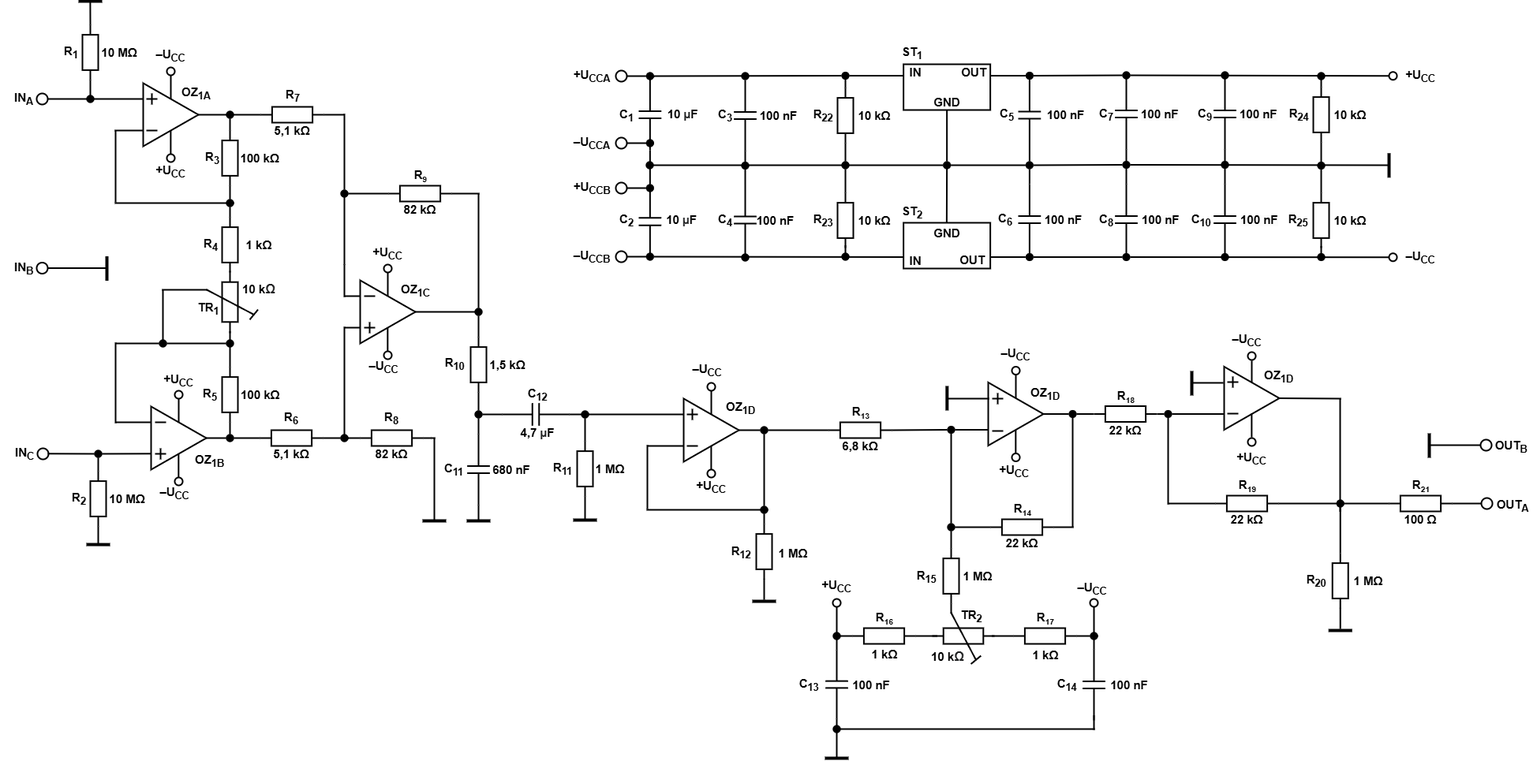
Above: ekg.drawio.png in MarosFandel/Digital-elektronics-1 (draw.io), before the change. Source tidied: cells renumbered, new cells last; positions are measured from the earlier drawing's top-left corner, leaving out a move shared by most shapes.
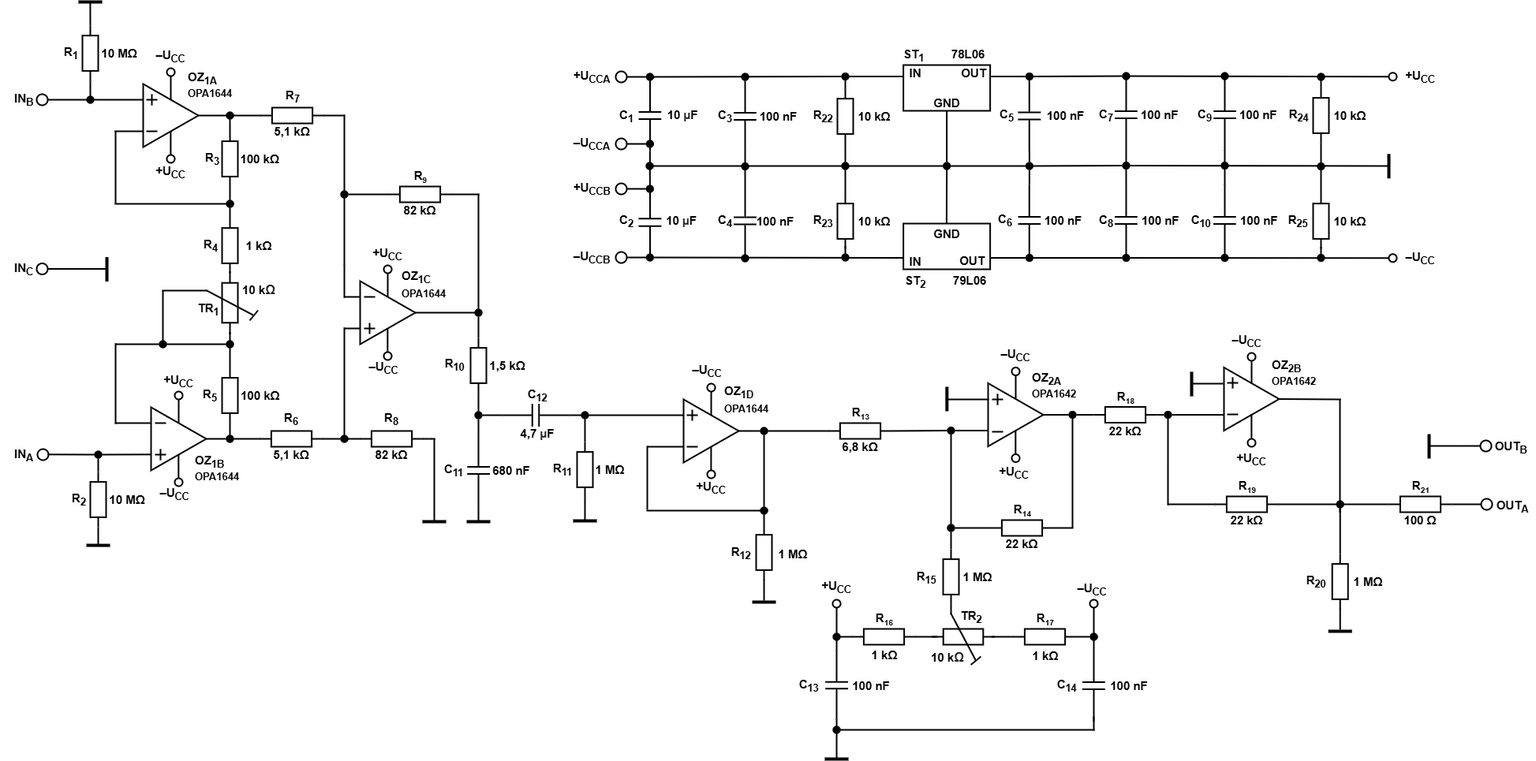
Above is the later version.

Diff of the diagram source:
```diff
@@ -458,13 +458,13 @@
       </mxGeometry>
     </mxCell>
     <mxCell id="111" value="&lt;span style=&quot;font-size: 15px;&quot;&gt;&lt;b&gt;IN&lt;sub&gt;A&lt;/sub&gt;&lt;/b&gt;&lt;/span&gt;" style="text;html=1;align=center;verticalAlign=middle;whiteSpace=wrap;rounded=0;" parent="1" vertex="1">
-      <mxGeometry y="109" width="60" height="30" as="geometry" />
+      <mxGeometry y="559.5" width="60" height="30" as="geometry" />
     </mxCell>
     <mxCell id="112" value="&lt;span style=&quot;font-size: 15px;&quot;&gt;&lt;b&gt;IN&lt;sub&gt;B&lt;/sub&gt;&lt;/b&gt;&lt;/span&gt;" style="text;html=1;align=center;verticalAlign=middle;whiteSpace=wrap;rounded=0;" parent="1" vertex="1">
-      <mxGeometry y="323.5" width="60" height="30" as="geometry" />
+      <mxGeometry y="109" width="60" height="30" as="geometry" />
     </mxCell>
     <mxCell id="113" value="&lt;span style=&quot;font-size: 15px;&quot;&gt;&lt;b&gt;IN&lt;sub&gt;C&lt;/sub&gt;&lt;/b&gt;&lt;/span&gt;" style="text;html=1;align=center;verticalAlign=middle;whiteSpace=wrap;rounded=0;" parent="1" vertex="1">
-      <mxGeometry x="1" y="559" width="60" height="30" as="geometry" />
+      <mxGeometry y="323.5" width="60" height="30" as="geometry" />
     </mxCell>
     <mxCell id="114" style="group;" parent="1" vertex="1">
       <mxGeometry x="1876" y="550" width="69" height="30" as="geometry" />
@@ -619,11 +619,11 @@
         </Array>
       </mxGeometry>
     </mxCell>
-    <mxCell id="156" value="&lt;b&gt;&lt;font style=&quot;font-size: 15px;&quot;&gt;OZ&lt;sub&gt;1A&lt;/sub&gt;&lt;/font&gt;&lt;/b&gt;" style="text;html=1;align=left;verticalAlign=middle;whiteSpace=wrap;rounded=0;" parent="1" vertex="1">
-      <mxGeometry x="228" y="102" width="60" height="30" as="geometry" />
+    <mxCell id="156" value="&lt;b&gt;&lt;font style=&quot;font-size: 15px;&quot;&gt;OZ&lt;sub&gt;1A&lt;/sub&gt;&lt;/font&gt;&lt;/b&gt;&lt;div&gt;&lt;b&gt;&lt;font style=&quot;font-size: 13px;&quot;&gt;OPA1644&lt;/font&gt;&lt;/b&gt;&lt;/div&gt;" style="text;html=1;align=left;verticalAlign=middle;whiteSpace=wrap;rounded=0;" parent="1" vertex="1">
+      <mxGeometry x="236" y="90" width="60" height="30" as="geometry" />
     </mxCell>
-    <mxCell id="157" value="&lt;b&gt;&lt;font style=&quot;font-size: 15px;&quot;&gt;OZ&lt;sub&gt;1C&lt;/sub&gt;&lt;/font&gt;&lt;/b&gt;" style="text;html=1;align=left;verticalAlign=middle;whiteSpace=wrap;rounded=0;" parent="1" vertex="1">
-      <mxGeometry x="506" y="351.5" width="60" height="30" as="geometry" />
+    <mxCell id="157" value="&lt;b&gt;&lt;font style=&quot;font-size: 15px;&quot;&gt;OZ&lt;sub&gt;1C&lt;/sub&gt;&lt;/font&gt;&lt;/b&gt;&lt;div&gt;&lt;b&gt;&lt;font style=&quot;font-size: 13px;&quot;&gt;OPA1644&lt;/font&gt;&lt;/b&gt;&lt;b&gt;&lt;font style=&quot;font-size: 15px;&quot;&gt;&lt;sub&gt;&lt;/sub&gt;&lt;/font&gt;&lt;/b&gt;&lt;/div&gt;" style="text;html=1;align=left;verticalAlign=middle;whiteSpace=wrap;rounded=0;" parent="1" vertex="1">
+      <mxGeometry x="507" y="345.5" width="60" height="30" as="geometry" />
     </mxCell>
     <mxCell id="158" style="endArrow=none;html=1;rounded=0;entryX=0.5;entryY=1;entryDx=0;entryDy=0;strokeWidth=2;exitX=0;exitY=0.5;exitDx=0;exitDy=0;exitPerimeter=0;" parent="1" edge="1" source="78" target="73">
       <mxGeometry relative="1" as="geometry" />
@@ -653,8 +653,8 @@
     <mxCell id="164" value="&lt;b&gt;&lt;font style=&quot;font-size: 15px;&quot;&gt;680 nF&lt;/font&gt;&lt;/b&gt;" style="text;html=1;align=center;verticalAlign=middle;whiteSpace=wrap;rounded=0;" parent="1" vertex="1">
       <mxGeometry x="618" y="579" width="60" height="30" as="geometry" />
     </mxCell>
-    <mxCell id="165" value="&lt;b&gt;&lt;font style=&quot;font-size: 15px;&quot;&gt;OZ&lt;sub&gt;1D&lt;/sub&gt;&lt;/font&gt;&lt;/b&gt;" style="text;html=1;align=left;verticalAlign=middle;whiteSpace=wrap;rounded=0;" parent="1" vertex="1">
-      <mxGeometry x="918" y="501" width="60" height="30" as="geometry" />
+    <mxCell id="165" value="&lt;b&gt;&lt;font style=&quot;font-size: 15px;&quot;&gt;OZ&lt;sub&gt;1D&lt;/sub&gt;&lt;/font&gt;&lt;/b&gt;&lt;div&gt;&lt;b&gt;&lt;font style=&quot;font-size: 13px;&quot;&gt;OPA1644&lt;/font&gt;&lt;/b&gt;&lt;b&gt;&lt;font style=&quot;font-size: 15px;&quot;&gt;&lt;sub&gt;&lt;/sub&gt;&lt;/font&gt;&lt;/b&gt;&lt;/div&gt;" style="text;html=1;align=left;verticalAlign=middle;whiteSpace=wrap;rounded=0;" parent="1" vertex="1">
+      <mxGeometry x="915.8" y="491" width="60" height="30" as="geometry" />
     </mxCell>
     <mxCell id="166" value="&lt;font style=&quot;font-size: 15px;&quot;&gt;&lt;b&gt;–U&lt;sub style=&quot;&quot;&gt;CC&lt;/sub&gt;&lt;/b&gt;&lt;/font&gt;" style="text;html=1;align=center;verticalAlign=middle;whiteSpace=wrap;rounded=0;" parent="1" vertex="1">
       <mxGeometry x="186" y="49" width="60" height="40" as="geometry" />
@@ -662,17 +662,17 @@
     <mxCell id="167" value="&lt;font style=&quot;font-size: 15px;&quot;&gt;&lt;b&gt;+U&lt;sub style=&quot;&quot;&gt;CC&lt;/sub&gt;&lt;/b&gt;&lt;/font&gt;" style="text;html=1;align=center;verticalAlign=middle;whiteSpace=wrap;rounded=0;" parent="1" vertex="1">
       <mxGeometry x="196" y="461" width="60" height="40" as="geometry" />
     </mxCell>
-    <mxCell id="168" value="&lt;b&gt;&lt;font style=&quot;font-size: 15px;&quot;&gt;OZ&lt;sub&gt;1B&lt;/sub&gt;&lt;/font&gt;&lt;/b&gt;&lt;div&gt;&lt;br&gt;&lt;/div&gt;" style="text;html=1;align=left;verticalAlign=middle;whiteSpace=wrap;rounded=0;" parent="1" vertex="1">
+    <mxCell id="168" value="&lt;b&gt;&lt;font style=&quot;font-size: 15px;&quot;&gt;OZ&lt;sub&gt;1B&lt;/sub&gt;&lt;/font&gt;&lt;/b&gt;&lt;div&gt;&lt;b&gt;&lt;font style=&quot;font-size: 13px;&quot;&gt;OPA1644&lt;/font&gt;&lt;/b&gt;&lt;/div&gt;" style="text;html=1;align=left;verticalAlign=middle;whiteSpace=wrap;rounded=0;" parent="1" vertex="1">
       <mxGeometry x="245" y="576" width="60" height="30" as="geometry" />
     </mxCell>
     <mxCell id="169" style="group;" parent="1" vertex="1">
-      <mxGeometry x="1130" y="50" width="440.6" height="294.5" as="geometry" />
+      <mxGeometry x="1130" y="50" width="440.6" height="320" as="geometry" />
     </mxCell>
     <mxCell id="170" value="&lt;span style=&quot;font-size: 15px;&quot;&gt;&lt;b&gt;IN&lt;/b&gt;&lt;/span&gt;" style="text;html=1;align=center;verticalAlign=middle;whiteSpace=wrap;rounded=0;" parent="169" vertex="1">
       <mxGeometry x="60" y="264" width="60" height="30" as="geometry" />
     </mxCell>
     <mxCell id="171" style="group;" parent="169" vertex="1">
-      <mxGeometry x="60" y="25" width="179.4" height="269" as="geometry" />
+      <mxGeometry x="60" y="25" width="179.4" height="295" as="geometry" />
     </mxCell>
     <mxCell id="172" value="&lt;span style=&quot;font-size: 15px;&quot;&gt;&lt;b&gt;IN&lt;/b&gt;&lt;/span&gt;" style="text;html=1;align=center;verticalAlign=middle;whiteSpace=wrap;rounded=0;" parent="171" vertex="1">
       <mxGeometry width="60" height="30" as="geometry" />
@@ -753,14 +753,17 @@
     <mxCell id="196" value="&lt;b&gt;&lt;font style=&quot;font-size: 15px;&quot;&gt;100 nF&lt;/font&gt;&lt;/b&gt;" style="text;html=1;align=center;verticalAlign=middle;whiteSpace=wrap;rounded=0;" parent="184" vertex="1">
       <mxGeometry x="69.6" y="172.5" width="57" height="30" as="geometry" />
     </mxCell>
+    <mxCell id="493" value="&lt;span style=&quot;font-size: 15px;&quot;&gt;&lt;b&gt;ST&lt;sub&gt;2&amp;nbsp; &amp;nbsp; &amp;nbsp; &amp;nbsp; &amp;nbsp;&amp;nbsp;&lt;/sub&gt;79L06&lt;/b&gt;&lt;/span&gt;" style="text;html=1;align=left;verticalAlign=middle;whiteSpace=wrap;rounded=0;" parent="171" vertex="1">
+      <mxGeometry x="-45.4" y="265" width="110" height="30" as="geometry" />
+    </mxCell>
     <mxCell id="197" value="&lt;span style=&quot;font-size: 15px;&quot;&gt;&lt;b&gt;IN&lt;/b&gt;&lt;/span&gt;" style="text;html=1;align=center;verticalAlign=middle;whiteSpace=wrap;rounded=0;" parent="169" vertex="1">
       <mxGeometry y="25" width="60" height="30" as="geometry" />
     </mxCell>
     <mxCell id="198" value="&lt;span style=&quot;font-size: 15px;&quot;&gt;&lt;b&gt;IN&lt;/b&gt;&lt;/span&gt;" style="text;html=1;align=center;verticalAlign=middle;whiteSpace=wrap;rounded=0;" parent="169" vertex="1">
       <mxGeometry y="264" width="60" height="30" as="geometry" />
     </mxCell>
-    <mxCell id="199" value="&lt;span style=&quot;font-size: 15px;&quot;&gt;&lt;b&gt;ST&lt;sub&gt;1&lt;/sub&gt;&lt;/b&gt;&lt;/span&gt;" style="text;html=1;align=center;verticalAlign=middle;whiteSpace=wrap;rounded=0;" parent="169" vertex="1">
-      <mxGeometry x="-4" y="1" width="60" height="30" as="geometry" />
+    <mxCell id="199" value="&lt;span style=&quot;font-size: 15px;&quot;&gt;&lt;b&gt;ST&lt;sub&gt;1&amp;nbsp; &amp;nbsp; &amp;nbsp; &amp;nbsp; &amp;nbsp;&amp;nbsp;&lt;/sub&gt;78L06&lt;/b&gt;&lt;/span&gt;" style="text;html=1;align=left;verticalAlign=middle;whiteSpace=wrap;rounded=0;" parent="169" vertex="1">
+      <mxGeometry x="13" y="3" width="110" height="30" as="geometry" />
     </mxCell>
     <mxCell id="200" style="group;" parent="1" vertex="1">
       <mxGeometry x="889" y="90" width="126.4" height="240" as="geometry" />
@@ -1023,9 +1026,6 @@
     <mxCell id="281" style="ellipse;fillColor=strokeColor;html=1;strokeWidth=0;direction=south;" parent="266" vertex="1">
       <mxGeometry x="49" y="229.5" width="10" height="10" as="geometry" />
     </mxCell>
-    <mxCell id="282" value="&lt;span style=&quot;font-size: 15px;&quot;&gt;&lt;b&gt;ST&lt;sub&gt;2&lt;/sub&gt;&lt;/b&gt;&lt;/span&gt;" style="text;html=1;align=center;verticalAlign=middle;whiteSpace=wrap;rounded=0;" parent="1" vertex="1">
-      <mxGeometry x="1126" y="253" width="60" height="30" as="geometry" />
-    </mxCell>
     <mxCell id="283" style="endArrow=none;html=1;rounded=0;strokeWidth=2;entryX=0.5;entryY=0;entryDx=0;entryDy=0;" parent="1" edge="1" target="53">
       <mxGeometry relative="1" as="geometry">
         <mxPoint x="436" y="143" as="sourcePoint" />
@@ -1666,8 +1666,8 @@
     <mxCell id="453" value="&lt;font style=&quot;font-size: 15px;&quot;&gt;&lt;b&gt;–U&lt;sub style=&quot;&quot;&gt;CC&lt;/sub&gt;&lt;/b&gt;&lt;/font&gt;" style="text;html=1;align=center;verticalAlign=middle;whiteSpace=wrap;rounded=0;" parent="1" vertex="1">
       <mxGeometry x="1550" y="410" width="60" height="40" as="geometry" />
     </mxCell>
-    <mxCell id="454" value="&lt;b&gt;&lt;font style=&quot;font-size: 15px;&quot;&gt;OZ&lt;sub&gt;1D&lt;/sub&gt;&lt;/font&gt;&lt;/b&gt;" style="text;html=1;align=left;verticalAlign=middle;whiteSpace=wrap;rounded=0;" parent="1" vertex="1">
-      <mxGeometry x="1304" y="483" width="60" height="30" as="geometry" />
+    <mxCell id="454" value="&lt;b&gt;&lt;font style=&quot;font-size: 15px;&quot;&gt;OZ&lt;sub&gt;2A&lt;/sub&gt;&lt;/font&gt;&lt;/b&gt;&lt;div&gt;&lt;b&gt;&lt;font style=&quot;font-size: 13px;&quot;&gt;OPA1642&lt;/font&gt;&lt;/b&gt;&lt;/div&gt;" style="text;html=1;align=left;verticalAlign=middle;whiteSpace=wrap;rounded=0;" parent="1" vertex="1">
+      <mxGeometry x="1306" y="471" width="60" height="30" as="geometry" />
     </mxCell>
     <mxCell id="455" style="endArrow=none;html=1;rounded=0;exitX=1;exitY=0.5;exitDx=0;exitDy=0;strokeWidth=2;entryX=0;entryY=0.75;entryDx=0;entryDy=0;exitPerimeter=0;" parent="1" edge="1" source="468" target="444">
       <mxGeometry relative="1" as="geometry" />
@@ -1675,8 +1675,8 @@
     <mxCell id="456" value="&lt;font style=&quot;font-size: 15px;&quot;&gt;&lt;b&gt;+U&lt;sub style=&quot;&quot;&gt;CC&lt;/sub&gt;&lt;/b&gt;&lt;/font&gt;" style="text;html=1;align=center;verticalAlign=middle;whiteSpace=wrap;rounded=0;" parent="1" vertex="1">
       <mxGeometry x="1556" y="559" width="60" height="41" as="geometry" />
     </mxCell>
-    <mxCell id="457" value="&lt;b&gt;&lt;font style=&quot;font-size: 15px;&quot;&gt;OZ&lt;sub&gt;1D&lt;/sub&gt;&lt;/font&gt;&lt;/b&gt;" style="text;html=1;align=left;verticalAlign=middle;whiteSpace=wrap;rounded=0;" parent="1" vertex="1">
-      <mxGeometry x="1600" y="461" width="60" height="30" as="geometry" />
+    <mxCell id="457" value="&lt;b&gt;&lt;font style=&quot;font-size: 15px;&quot;&gt;OZ&lt;sub&gt;2B&lt;/sub&gt;&lt;/font&gt;&lt;/b&gt;&lt;div&gt;&lt;b&gt;&lt;font style=&quot;font-size: 13px;&quot;&gt;OPA1642&lt;/font&gt;&lt;/b&gt;&lt;/div&gt;" style="text;html=1;align=left;verticalAlign=middle;whiteSpace=wrap;rounded=0;" parent="1" vertex="1">
+      <mxGeometry x="1610" y="455" width="60" height="30" as="geometry" />
     </mxCell>
     <mxCell id="458" style="endArrow=none;html=1;rounded=0;strokeWidth=2;" parent="1" edge="1">
       <mxGeometry relative="1" as="geometry">
```
